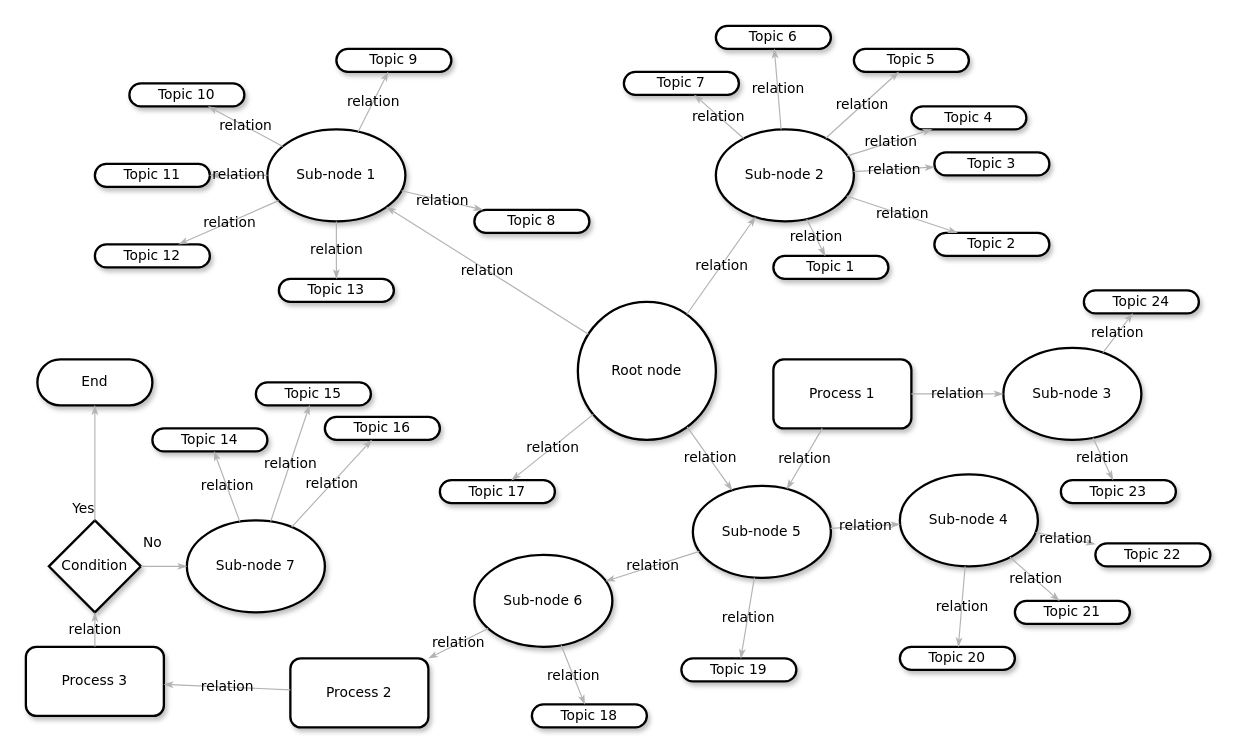
The draw.io diagram Untitled Diagram.drawio in B-Gendron/Parcours-recherche, before the edit. Source tidied: cells renumbered, new cells numbered last; positions are measured from the earlier drawing's top-left corner, leaving out a move shared by most shapes. Both pictures are drawn from the tidied source at 115%, with x=0, y=0 at pixel (25, 25).
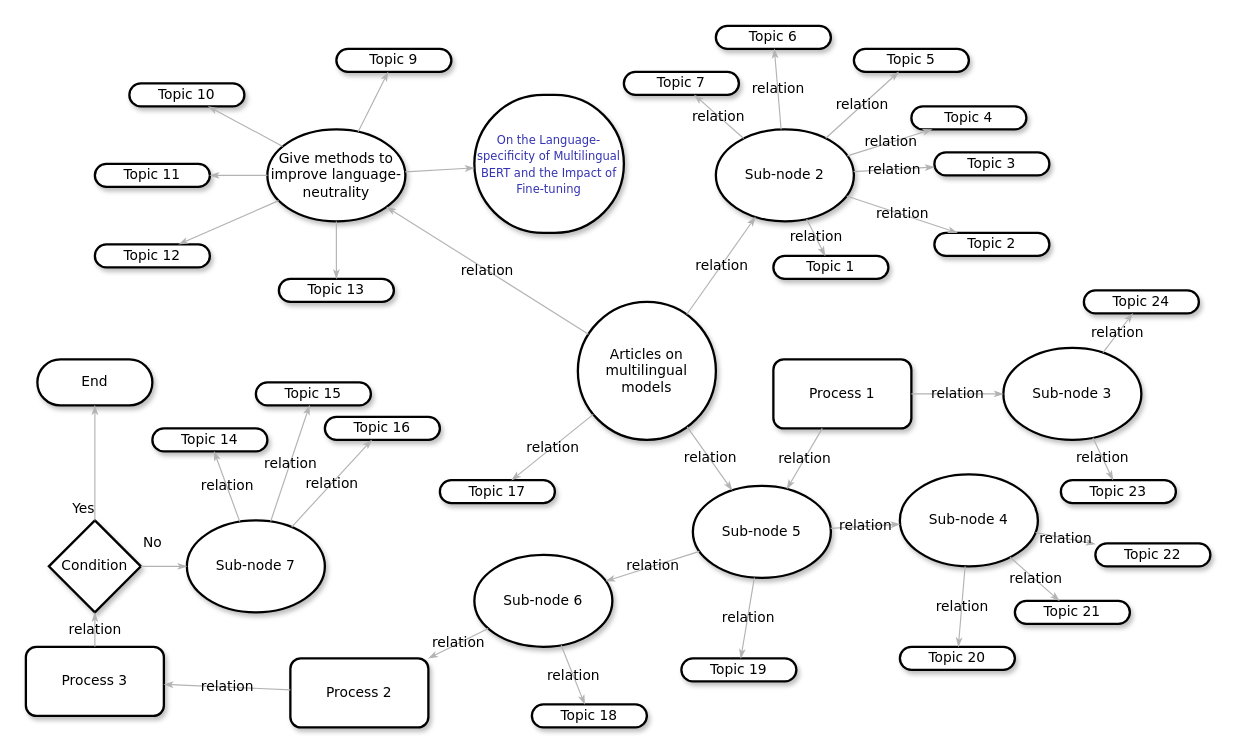
The same diagram, later.

Unchanged cells that the change refers to:
```xml
<mxCell id="2" value="&lt;span&gt;Topic 10&lt;/span&gt;" style="whiteSpace=wrap;html=1;rounded=1;shadow=1;comic=0;labelBackgroundColor=none;strokeWidth=2;fontFamily=Verdana;fontSize=12;align=center;arcSize=50;" parent="1" vertex="1">
  <mxGeometry x="90" y="50" width="100" height="20" as="geometry" />
</mxCell>
<mxCell id="9" value="&lt;span&gt;Topic 11&lt;/span&gt;" style="whiteSpace=wrap;html=1;rounded=1;shadow=1;comic=0;labelBackgroundColor=none;strokeWidth=2;fontFamily=Verdana;fontSize=12;align=center;arcSize=50;" parent="1" vertex="1">
  <mxGeometry x="60" y="120" width="100" height="20" as="geometry" />
</mxCell>
<mxCell id="10" value="&lt;span&gt;Topic 12&lt;/span&gt;" style="whiteSpace=wrap;html=1;rounded=1;shadow=1;comic=0;labelBackgroundColor=none;strokeWidth=2;fontFamily=Verdana;fontSize=12;align=center;arcSize=50;" parent="1" vertex="1">
  <mxGeometry x="60" y="190" width="100" height="20" as="geometry" />
</mxCell>
<mxCell id="11" value="&lt;span&gt;Topic 9&lt;/span&gt;" style="whiteSpace=wrap;html=1;rounded=1;shadow=1;comic=0;labelBackgroundColor=none;strokeWidth=2;fontFamily=Verdana;fontSize=12;align=center;arcSize=50;" parent="1" vertex="1">
  <mxGeometry x="270" y="20" width="100" height="20" as="geometry" />
</mxCell>
<mxCell id="54" value="&lt;span&gt;Topic 13&lt;/span&gt;" style="whiteSpace=wrap;html=1;rounded=1;shadow=1;comic=0;labelBackgroundColor=none;strokeWidth=2;fontFamily=Verdana;fontSize=12;align=center;arcSize=50;" parent="1" vertex="1">
  <mxGeometry x="220" y="220" width="100" height="20" as="geometry" />
</mxCell>
```

Diff of the diagram source:
```diff
@@
-    <mxCell id="3" value="Sub-node 1" style="ellipse;whiteSpace=wrap;html=1;rounded=1;shadow=1;comic=0;labelBackgroundColor=none;strokeWidth=2;fontFamily=Verdana;fontSize=12;align=center;" parent="1" vertex="1">
+    <mxCell id="3" value="Give methods to improve language-neutrality" style="ellipse;whiteSpace=wrap;html=1;rounded=1;shadow=1;comic=0;labelBackgroundColor=none;strokeWidth=2;fontFamily=Verdana;fontSize=12;align=center;" parent="1" vertex="1">
       <mxGeometry x="210" y="90" width="120" height="80" as="geometry" />
     </mxCell>
@@
-    <mxCell id="5" value="Root node" style="ellipse;whiteSpace=wrap;html=1;rounded=1;shadow=1;comic=0;labelBackgroundColor=none;strokeWidth=2;fontFamily=Verdana;fontSize=12;align=center;" parent="1" vertex="1">
+    <mxCell id="5" value="Articles on multilingual models" style="ellipse;whiteSpace=wrap;html=1;rounded=1;shadow=1;comic=0;labelBackgroundColor=none;strokeWidth=2;fontFamily=Verdana;fontSize=12;align=center;" parent="1" vertex="1">
       <mxGeometry x="480" y="240" width="120" height="120" as="geometry" />
     </mxCell>
@@
-    <mxCell id="26" value="relation" style="edgeStyle=none;rounded=1;html=1;labelBackgroundColor=none;startArrow=none;startFill=0;startSize=5;endArrow=classicThin;endFill=1;endSize=5;jettySize=auto;strokeColor=#B3B3B3;strokeWidth=1;fontFamily=Verdana;fontSize=12;" parent="1" edge="1" source="3" target="11">
+    <mxCell id="26" style="edgeStyle=none;rounded=1;html=1;labelBackgroundColor=none;startArrow=none;startFill=0;startSize=5;endArrow=classicThin;endFill=1;endSize=5;jettySize=auto;strokeColor=#B3B3B3;strokeWidth=1;fontFamily=Verdana;fontSize=12;" parent="1" edge="1" source="3" target="11">
       <mxGeometry relative="1" as="geometry" />
     </mxCell>
-    <mxCell id="27" value="relation" style="edgeStyle=none;rounded=1;html=1;labelBackgroundColor=none;startArrow=none;startFill=0;startSize=5;endArrow=classicThin;endFill=1;endSize=5;jettySize=auto;strokeColor=#B3B3B3;strokeWidth=1;fontFamily=Verdana;fontSize=12;" parent="1" edge="1" source="3" target="2">
+    <mxCell id="27" style="edgeStyle=none;rounded=1;html=1;labelBackgroundColor=none;startArrow=none;startFill=0;startSize=5;endArrow=classicThin;endFill=1;endSize=5;jettySize=auto;strokeColor=#B3B3B3;strokeWidth=1;fontFamily=Verdana;fontSize=12;" parent="1" edge="1" source="3" target="2">
       <mxGeometry relative="1" as="geometry" />
     </mxCell>
-    <mxCell id="28" value="relation" style="edgeStyle=none;rounded=1;html=1;labelBackgroundColor=none;startArrow=none;startFill=0;startSize=5;endArrow=classicThin;endFill=1;endSize=5;jettySize=auto;strokeColor=#B3B3B3;strokeWidth=1;fontFamily=Verdana;fontSize=12;" parent="1" edge="1" source="3" target="9">
+    <mxCell id="28" style="edgeStyle=none;rounded=1;html=1;labelBackgroundColor=none;startArrow=none;startFill=0;startSize=5;endArrow=classicThin;endFill=1;endSize=5;jettySize=auto;strokeColor=#B3B3B3;strokeWidth=1;fontFamily=Verdana;fontSize=12;" parent="1" edge="1" source="3" target="9">
       <mxGeometry relative="1" as="geometry" />
     </mxCell>
-    <mxCell id="29" value="relation" style="edgeStyle=none;rounded=1;html=1;labelBackgroundColor=none;startArrow=none;startFill=0;startSize=5;endArrow=classicThin;endFill=1;endSize=5;jettySize=auto;strokeColor=#B3B3B3;strokeWidth=1;fontFamily=Verdana;fontSize=12;" parent="1" edge="1" source="3" target="10">
+    <mxCell id="29" style="edgeStyle=none;rounded=1;html=1;labelBackgroundColor=none;startArrow=none;startFill=0;startSize=5;endArrow=classicThin;endFill=1;endSize=5;jettySize=auto;strokeColor=#B3B3B3;strokeWidth=1;fontFamily=Verdana;fontSize=12;" parent="1" edge="1" source="3" target="10">
       <mxGeometry relative="1" as="geometry" />
     </mxCell>
@@
-    <mxCell id="53" value="&lt;span&gt;Topic 8&lt;/span&gt;" style="whiteSpace=wrap;html=1;rounded=1;shadow=1;comic=0;labelBackgroundColor=none;strokeWidth=2;fontFamily=Verdana;fontSize=12;align=center;arcSize=50;" parent="1" vertex="1">
-      <mxGeometry x="390" y="160" width="100" height="20" as="geometry" />
+    <mxCell id="53" value="&lt;div class=&quot;page&quot; title=&quot;Page 20&quot;&gt;&lt;div class=&quot;section&quot;&gt;&lt;div class=&quot;layoutArea&quot;&gt;&lt;div class=&quot;column&quot;&gt;&lt;p&gt;&lt;span style=&quot;color: rgb(51 , 51 , 179)&quot;&gt;&lt;font style=&quot;font-size: 10px&quot;&gt;On the Language-specificity of Multilingual BERT and the Impact of Fine-tuning&lt;/font&gt;&lt;/span&gt;&lt;/p&gt;&lt;/div&gt;&lt;/div&gt;&lt;/div&gt;&lt;/div&gt;" style="whiteSpace=wrap;html=1;rounded=1;shadow=1;comic=0;labelBackgroundColor=none;strokeWidth=2;fontFamily=Verdana;fontSize=12;align=center;arcSize=50;" parent="1" vertex="1">
+      <mxGeometry x="390" y="60" width="130" height="120" as="geometry" />
     </mxCell>
@@
-    <mxCell id="58" value="relation" style="edgeStyle=none;rounded=1;html=1;labelBackgroundColor=none;startArrow=none;startFill=0;startSize=5;endArrow=classicThin;endFill=1;endSize=5;jettySize=auto;strokeColor=#B3B3B3;strokeWidth=1;fontFamily=Verdana;fontSize=12;" parent="1" edge="1" source="3" target="53">
+    <mxCell id="58" style="edgeStyle=none;rounded=1;html=1;labelBackgroundColor=none;startArrow=none;startFill=0;startSize=5;endArrow=classicThin;endFill=1;endSize=5;jettySize=auto;strokeColor=#B3B3B3;strokeWidth=1;fontFamily=Verdana;fontSize=12;" parent="1" edge="1" source="3" target="53">
       <mxGeometry relative="1" as="geometry" />
     </mxCell>
-    <mxCell id="59" value="relation" style="edgeStyle=none;rounded=1;html=1;labelBackgroundColor=none;startArrow=none;startFill=0;startSize=5;endArrow=classicThin;endFill=1;endSize=5;jettySize=auto;strokeColor=#B3B3B3;strokeWidth=1;fontFamily=Verdana;fontSize=12;" parent="1" edge="1" source="3" target="54">
+    <mxCell id="59" style="edgeStyle=none;rounded=1;html=1;labelBackgroundColor=none;startArrow=none;startFill=0;startSize=5;endArrow=classicThin;endFill=1;endSize=5;jettySize=auto;strokeColor=#B3B3B3;strokeWidth=1;fontFamily=Verdana;fontSize=12;" parent="1" edge="1" source="3" target="54">
       <mxGeometry relative="1" as="geometry" />
     </mxCell>
```
